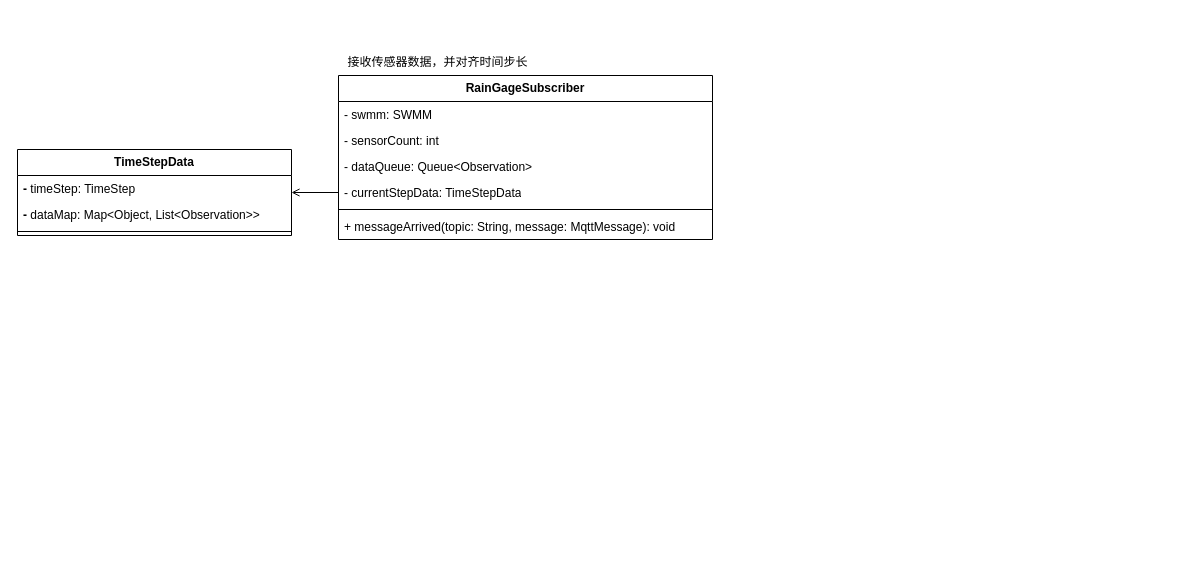
This is page "发布-订阅与数据对齐" (3 of 8) of docs/diagram/模型图.dio from hubu-mdzhang/swmm-sensorthings, a draw.io file, before an edit. Source tidied: cells renumbered, new cells numbered last; positions are measured from the earlier drawing's top-left corner, leaving out a move shared by most shapes. Both pictures are drawn from the tidied source at 100%, with x=0, y=0 at pixel (17, 49).
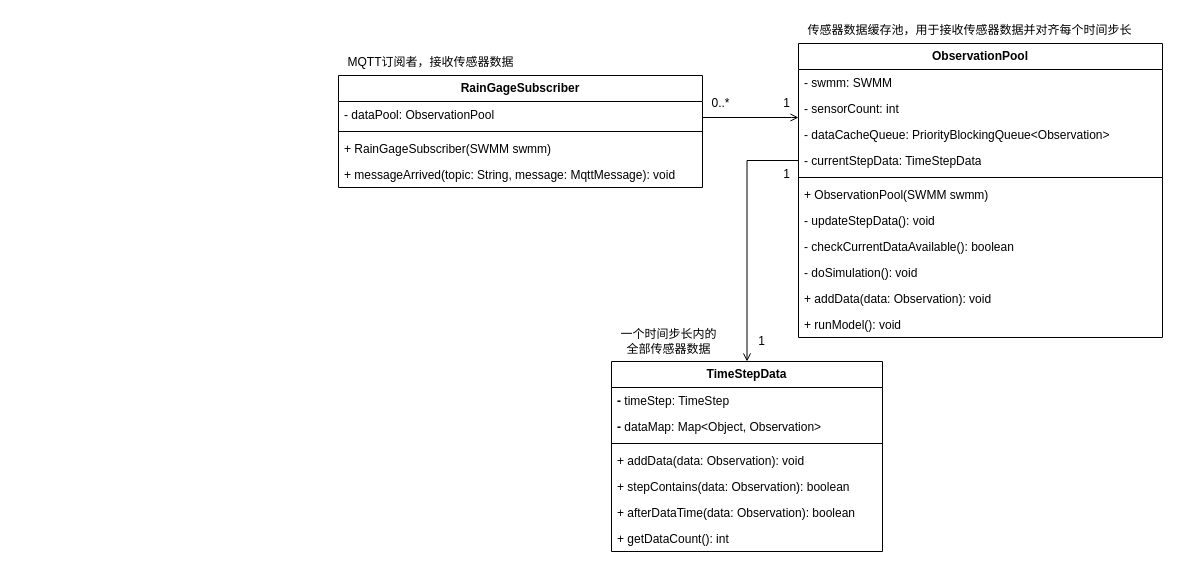
Above is the later version.

Change to the diagram source:
```diff
@@
     <mxCell id="2" value="&lt;div&gt;&lt;pre style=&quot;&quot;&gt;&lt;font style=&quot;color: rgb(0, 0, 0);&quot; face=&quot;Helvetica&quot;&gt;RainGageSubscriber&lt;/font&gt;&lt;/pre&gt;&lt;/div&gt;" style="swimlane;fontStyle=1;horizontal=1;startSize=26;fillColor=none;whiteSpace=wrap;html=1;strokeColor=default;align=center;verticalAlign=middle;fontFamily=Helvetica;fontSize=12;fontColor=default;" parent="1" vertex="1">
-      <mxGeometry x="321" y="26" width="374" height="164" as="geometry" />
+      <mxGeometry x="321" y="26" width="364" height="112" as="geometry" />
     </mxCell>
-    <mxCell id="3" value="- &lt;span style=&quot;&quot;&gt;swmm: SWMM&lt;/span&gt;" style="text;align=left;verticalAlign=top;spacingLeft=4;spacingRight=4;overflow=hidden;whiteSpace=wrap;html=1;strokeColor=none;fontFamily=Helvetica;fontSize=12;fontColor=default;fontStyle=0;horizontal=1;" parent="2" vertex="1">
-      <mxGeometry y="26" width="374" height="26" as="geometry" />
-    </mxCell>
-    <mxCell id="4" value="- sensorCount: int" style="text;align=left;verticalAlign=top;spacingLeft=4;spacingRight=4;overflow=hidden;whiteSpace=wrap;html=1;strokeColor=none;fontFamily=Helvetica;fontSize=12;fontColor=default;fontStyle=0;horizontal=1;" parent="2" vertex="1">
-      <mxGeometry y="52" width="374" height="26" as="geometry" />
-    </mxCell>
-    <mxCell id="5" value="- dataQueue: Queue&amp;lt;Observation&amp;gt;" style="text;align=left;verticalAlign=top;spacingLeft=4;spacingRight=4;overflow=hidden;whiteSpace=wrap;html=1;strokeColor=none;fontFamily=Helvetica;fontSize=12;fontColor=default;fontStyle=0;horizontal=1;" parent="2" vertex="1">
-      <mxGeometry y="78" width="374" height="26" as="geometry" />
-    </mxCell>
-    <mxCell id="6" value="- currentStepData: TimeStepData" style="text;align=left;verticalAlign=top;spacingLeft=4;spacingRight=4;overflow=hidden;points=[[0,0.5],[1,0.5]];portConstraint=eastwest;whiteSpace=wrap;html=1;strokeColor=none;fontFamily=Helvetica;fontSize=12;fontColor=default;fontStyle=0;horizontal=1;" parent="2" vertex="1">
-      <mxGeometry y="104" width="374" height="26" as="geometry" />
-    </mxCell>
+    <mxCell id="15" value="- &lt;span style=&quot;&quot;&gt;dataPool: ObservationPool&lt;/span&gt;" style="text;align=left;verticalAlign=top;spacingLeft=4;spacingRight=4;overflow=hidden;points=[[0,0.5],[1,0.5]];portConstraint=eastwest;whiteSpace=wrap;html=1;strokeColor=none;fontFamily=Helvetica;fontSize=12;fontColor=default;fontStyle=0;horizontal=1;" parent="2" vertex="1">
+      <mxGeometry y="26" width="364" height="26" as="geometry" />
+    </mxCell>
     <mxCell id="7" style="line;strokeWidth=1;fillColor=none;align=left;verticalAlign=middle;spacingTop=-1;spacingLeft=3;spacingRight=3;labelPosition=right;strokeColor=inherit;" parent="2" vertex="1">
-      <mxGeometry y="130" width="374" height="8" as="geometry" />
+      <mxGeometry y="52" width="364" height="8" as="geometry" />
     </mxCell>
+    <mxCell id="16" value="+ RainGageSubscriber(SWMM swmm)" style="text;align=left;verticalAlign=top;spacingLeft=4;spacingRight=4;overflow=hidden;whiteSpace=wrap;html=1;strokeColor=none;horizontal=1;" parent="2" vertex="1">
+      <mxGeometry y="60" width="364" height="26" as="geometry" />
+    </mxCell>
     <mxCell id="8" value="&lt;span style=&quot;font-weight: normal;&quot;&gt;+ messageArrived(topic: String, message: MqttMessage): void&lt;/span&gt;" style="text;align=left;verticalAlign=top;spacingLeft=4;spacingRight=4;overflow=hidden;whiteSpace=wrap;html=1;strokeColor=none;fontFamily=Helvetica;fontSize=12;fontColor=default;fontStyle=1;horizontal=1;" parent="2" vertex="1">
-      <mxGeometry y="138" width="374" height="26" as="geometry" />
+      <mxGeometry y="86" width="364" height="26" as="geometry" />
     </mxCell>
-    <mxCell id="9" value="接收传感器数据，并对齐时间步长" style="text;html=1;align=center;verticalAlign=middle;strokeColor=none;fillColor=none;" parent="1" vertex="1">
-      <mxGeometry x="321" width="198" height="26" as="geometry" />
+    <mxCell id="9" value="MQTT订阅者，接收传感器数据" style="text;html=1;align=center;verticalAlign=middle;strokeColor=none;fillColor=none;" parent="1" vertex="1">
+      <mxGeometry x="321" width="184" height="26" as="geometry" />
     </mxCell>
     <mxCell id="10" value="&lt;div&gt;&lt;pre style=&quot;&quot;&gt;&lt;font style=&quot;color: rgb(0, 0, 0);&quot; face=&quot;Helvetica&quot;&gt;TimeStepData&lt;/font&gt;&lt;/pre&gt;&lt;/div&gt;" style="swimlane;fontStyle=1;horizontal=1;startSize=26;fillColor=none;whiteSpace=wrap;html=1;strokeColor=default;align=center;verticalAlign=middle;fontFamily=Helvetica;fontSize=12;fontColor=default;" parent="1" vertex="1">
-      <mxGeometry y="100" width="274" height="86" as="geometry" />
+      <mxGeometry x="594" y="312" width="271" height="190" as="geometry" />
     </mxCell>
     <mxCell id="11" value="- &lt;span style=&quot;font-weight: normal;&quot;&gt;timeStep: TimeStep&lt;/span&gt;" style="text;align=left;verticalAlign=top;spacingLeft=4;spacingRight=4;overflow=hidden;whiteSpace=wrap;html=1;strokeColor=none;fontFamily=Helvetica;fontSize=12;fontColor=default;fontStyle=1;horizontal=1;" parent="10" vertex="1">
-      <mxGeometry y="26" width="274" height="26" as="geometry" />
+      <mxGeometry y="26" width="271" height="26" as="geometry" />
     </mxCell>
-    <mxCell id="12" value="- &lt;span style=&quot;font-weight: normal;&quot;&gt;dataMap: Map&amp;lt;Object, List&amp;lt;Observation&amp;gt;&amp;gt;&lt;/span&gt;" style="text;align=left;verticalAlign=top;spacingLeft=4;spacingRight=4;overflow=hidden;whiteSpace=wrap;html=1;strokeColor=none;fontFamily=Helvetica;fontSize=12;fontColor=default;fontStyle=1;horizontal=1;" parent="10" vertex="1">
-      <mxGeometry y="52" width="274" height="26" as="geometry" />
+    <mxCell id="12" value="- &lt;span style=&quot;font-weight: normal;&quot;&gt;dataMap: Map&amp;lt;Object, Observation&amp;gt;&lt;/span&gt;" style="text;align=left;verticalAlign=top;spacingLeft=4;spacingRight=4;overflow=hidden;whiteSpace=wrap;html=1;strokeColor=none;fontFamily=Helvetica;fontSize=12;fontColor=default;fontStyle=1;horizontal=1;" parent="10" vertex="1">
+      <mxGeometry y="52" width="271" height="26" as="geometry" />
     </mxCell>
     <mxCell id="13" style="line;strokeWidth=1;fillColor=none;align=left;verticalAlign=middle;spacingTop=-1;spacingLeft=3;spacingRight=3;labelPosition=right;strokeColor=inherit;" parent="10" vertex="1">
-      <mxGeometry y="78" width="274" height="8" as="geometry" />
+      <mxGeometry y="78" width="271" height="8" as="geometry" />
     </mxCell>
+    <mxCell id="17" value="&lt;span style=&quot;font-weight: normal;&quot;&gt;+ addData(data: Observation): void&lt;/span&gt;" style="text;align=left;verticalAlign=top;spacingLeft=4;spacingRight=4;overflow=hidden;whiteSpace=wrap;html=1;strokeColor=none;fontFamily=Helvetica;fontSize=12;fontColor=default;fontStyle=1;horizontal=1;" parent="10" vertex="1">
+      <mxGeometry y="86" width="271" height="26" as="geometry" />
+    </mxCell>
+    <mxCell id="18" value="+ stepContains(data: Observation): boolean" style="text;align=left;verticalAlign=top;spacingLeft=4;spacingRight=4;overflow=hidden;whiteSpace=wrap;html=1;strokeColor=none;horizontal=1;" parent="10" vertex="1">
+      <mxGeometry y="112" width="271" height="26" as="geometry" />
+    </mxCell>
+    <mxCell id="19" value="+ afterDataTime(data: Observation): boolean" style="text;align=left;verticalAlign=top;spacingLeft=4;spacingRight=4;overflow=hidden;whiteSpace=wrap;html=1;strokeColor=none;horizontal=1;" parent="10" vertex="1">
+      <mxGeometry y="138" width="271" height="26" as="geometry" />
+    </mxCell>
+    <mxCell id="20" value="&lt;span style=&quot;font-weight: normal;&quot;&gt;+ getDataCount(): int&lt;/span&gt;" style="text;align=left;verticalAlign=top;spacingLeft=4;spacingRight=4;overflow=hidden;whiteSpace=wrap;html=1;strokeColor=none;fontFamily=Helvetica;fontSize=12;fontColor=default;fontStyle=1;horizontal=1;" parent="10" vertex="1">
+      <mxGeometry y="164" width="271" height="26" as="geometry" />
+    </mxCell>
+    <mxCell id="21" value="一个时间步长内的&lt;div&gt;全部传感器数据&lt;/div&gt;" style="text;html=1;align=center;verticalAlign=middle;strokeColor=none;fillColor=none;" parent="1" vertex="1">
+      <mxGeometry x="594" y="271" width="114" height="41" as="geometry" />
+    </mxCell>
+    <mxCell id="22" value="&lt;div&gt;&lt;pre style=&quot;&quot;&gt;&lt;font style=&quot;color: rgb(0, 0, 0);&quot; face=&quot;Helvetica&quot;&gt;ObservationPool&lt;/font&gt;&lt;/pre&gt;&lt;/div&gt;" style="swimlane;fontStyle=1;horizontal=1;startSize=26;fillColor=none;whiteSpace=wrap;html=1;strokeColor=default;align=center;verticalAlign=middle;fontFamily=Helvetica;fontSize=12;fontColor=default;" parent="1" vertex="1">
+      <mxGeometry x="781" y="-6" width="364" height="294" as="geometry" />
+    </mxCell>
+    <mxCell id="3" value="- &lt;span style=&quot;&quot;&gt;swmm: SWMM&lt;/span&gt;" style="text;align=left;verticalAlign=top;spacingLeft=4;spacingRight=4;overflow=hidden;whiteSpace=wrap;html=1;strokeColor=none;fontFamily=Helvetica;fontSize=12;fontColor=default;fontStyle=0;horizontal=1;" parent="22" vertex="1">
+      <mxGeometry y="26" width="364" height="26" as="geometry" />
+    </mxCell>
+    <mxCell id="4" value="- sensorCount: int" style="text;align=left;verticalAlign=top;spacingLeft=4;spacingRight=4;overflow=hidden;whiteSpace=wrap;html=1;strokeColor=none;fontFamily=Helvetica;fontSize=12;fontColor=default;fontStyle=0;horizontal=1;" parent="22" vertex="1">
+      <mxGeometry y="52" width="364" height="26" as="geometry" />
+    </mxCell>
+    <mxCell id="23" value="- dataCacheQueue: PriorityBlockingQueue&amp;lt;Observation&amp;gt;" style="text;align=left;verticalAlign=top;spacingLeft=4;spacingRight=4;overflow=hidden;whiteSpace=wrap;html=1;strokeColor=none;fontFamily=Helvetica;fontSize=12;fontColor=default;fontStyle=0;horizontal=1;" parent="22" vertex="1">
+      <mxGeometry y="78" width="364" height="26" as="geometry" />
+    </mxCell>
+    <mxCell id="6" value="- currentStepData: TimeStepData" style="text;align=left;verticalAlign=top;spacingLeft=4;spacingRight=4;overflow=hidden;points=[[0,0.5],[1,0.5]];portConstraint=eastwest;whiteSpace=wrap;html=1;strokeColor=none;fontFamily=Helvetica;fontSize=12;fontColor=default;fontStyle=0;horizontal=1;" parent="22" vertex="1">
+      <mxGeometry y="104" width="364" height="26" as="geometry" />
+    </mxCell>
+    <mxCell id="24" style="line;strokeWidth=1;fillColor=none;align=left;verticalAlign=middle;spacingTop=-1;spacingLeft=3;spacingRight=3;labelPosition=right;strokeColor=inherit;" parent="22" vertex="1">
+      <mxGeometry y="130" width="364" height="8" as="geometry" />
+    </mxCell>
+    <mxCell id="25" value="+ ObservationPool(SWMM swmm)" style="text;align=left;verticalAlign=top;spacingLeft=4;spacingRight=4;overflow=hidden;whiteSpace=wrap;html=1;strokeColor=none;horizontal=1;" parent="22" vertex="1">
+      <mxGeometry y="138" width="364" height="26" as="geometry" />
+    </mxCell>
+    <mxCell id="26" value="&lt;span style=&quot;font-weight: normal;&quot;&gt;- updateStepData(): void&lt;/span&gt;" style="text;align=left;verticalAlign=top;spacingLeft=4;spacingRight=4;overflow=hidden;whiteSpace=wrap;html=1;strokeColor=none;fontFamily=Helvetica;fontSize=12;fontColor=default;fontStyle=1;horizontal=1;" parent="22" vertex="1">
+      <mxGeometry y="164" width="364" height="26" as="geometry" />
+    </mxCell>
+    <mxCell id="27" value="&lt;span style=&quot;font-weight: normal;&quot;&gt;- checkCurrentDataAvailable(): boolean&lt;/span&gt;" style="text;align=left;verticalAlign=top;spacingLeft=4;spacingRight=4;overflow=hidden;whiteSpace=wrap;html=1;strokeColor=none;fontFamily=Helvetica;fontSize=12;fontColor=default;fontStyle=1;horizontal=1;" parent="22" vertex="1">
+      <mxGeometry y="190" width="364" height="26" as="geometry" />
+    </mxCell>
+    <mxCell id="28" value="&lt;span style=&quot;font-weight: normal;&quot;&gt;- doSimulation(): void&lt;/span&gt;" style="text;align=left;verticalAlign=top;spacingLeft=4;spacingRight=4;overflow=hidden;whiteSpace=wrap;html=1;strokeColor=none;fontFamily=Helvetica;fontSize=12;fontColor=default;fontStyle=1;horizontal=1;" parent="22" vertex="1">
+      <mxGeometry y="216" width="364" height="26" as="geometry" />
+    </mxCell>
+    <mxCell id="29" value="&lt;span style=&quot;font-weight: normal;&quot;&gt;+ addData(data: Observation): void&lt;/span&gt;" style="text;align=left;verticalAlign=top;spacingLeft=4;spacingRight=4;overflow=hidden;whiteSpace=wrap;html=1;strokeColor=none;fontFamily=Helvetica;fontSize=12;fontColor=default;fontStyle=1;horizontal=1;" parent="22" vertex="1">
+      <mxGeometry y="242" width="364" height="26" as="geometry" />
+    </mxCell>
+    <mxCell id="30" value="&lt;span style=&quot;font-weight: normal;&quot;&gt;+ runModel(): void&lt;/span&gt;" style="text;align=left;verticalAlign=top;spacingLeft=4;spacingRight=4;overflow=hidden;whiteSpace=wrap;html=1;strokeColor=none;fontFamily=Helvetica;fontSize=12;fontColor=default;fontStyle=1;horizontal=1;" parent="22" vertex="1">
+      <mxGeometry y="268" width="364" height="26" as="geometry" />
+    </mxCell>
+    <mxCell id="31" value="传感器数据缓存池，用于接收传感器数据并对齐每个时间步长" style="text;html=1;align=center;verticalAlign=middle;strokeColor=none;fillColor=none;" parent="1" vertex="1">
+      <mxGeometry x="781" y="-32" width="342" height="26" as="geometry" />
+    </mxCell>
+    <mxCell id="32" style="edgeStyle=orthogonalEdgeStyle;shape=connector;rounded=0;jettySize=auto;html=1;strokeColor=default;align=center;verticalAlign=middle;fontFamily=Helvetica;fontSize=12;fontColor=default;labelBackgroundColor=default;endArrow=open;endFill=0;" parent="1" edge="1" source="15" target="22">
+      <mxGeometry relative="1" as="geometry">
+        <Array as="points">
+          <mxPoint x="774" y="68" />
+          <mxPoint x="774" y="68" />
+        </Array>
+      </mxGeometry>
+    </mxCell>
@@
+    <mxCell id="33" value="1" style="text;html=1;align=center;verticalAlign=middle;strokeColor=none;fillColor=none;fontFamily=Helvetica;fontSize=12;fontColor=default;labelBackgroundColor=none;" parent="1" vertex="1">
+      <mxGeometry x="756" y="41" width="25" height="26" as="geometry" />
+    </mxCell>
+    <mxCell id="34" value="0..*" style="text;html=1;align=center;verticalAlign=middle;strokeColor=none;fillColor=none;fontFamily=Helvetica;fontSize=12;fontColor=default;labelBackgroundColor=none;" parent="1" vertex="1">
+      <mxGeometry x="685" y="41" width="36" height="26" as="geometry" />
+    </mxCell>
+    <mxCell id="35" value="1" style="text;html=1;align=center;verticalAlign=middle;strokeColor=none;fillColor=none;fontFamily=Helvetica;fontSize=12;fontColor=default;labelBackgroundColor=none;" parent="1" vertex="1">
+      <mxGeometry x="756" y="112" width="25" height="26" as="geometry" />
+    </mxCell>
+    <mxCell id="36" value="1" style="text;html=1;align=center;verticalAlign=middle;strokeColor=none;fillColor=none;fontFamily=Helvetica;fontSize=12;fontColor=default;labelBackgroundColor=none;" parent="1" vertex="1">
+      <mxGeometry x="731" y="278.5" width="25" height="26" as="geometry" />
+    </mxCell>
```
